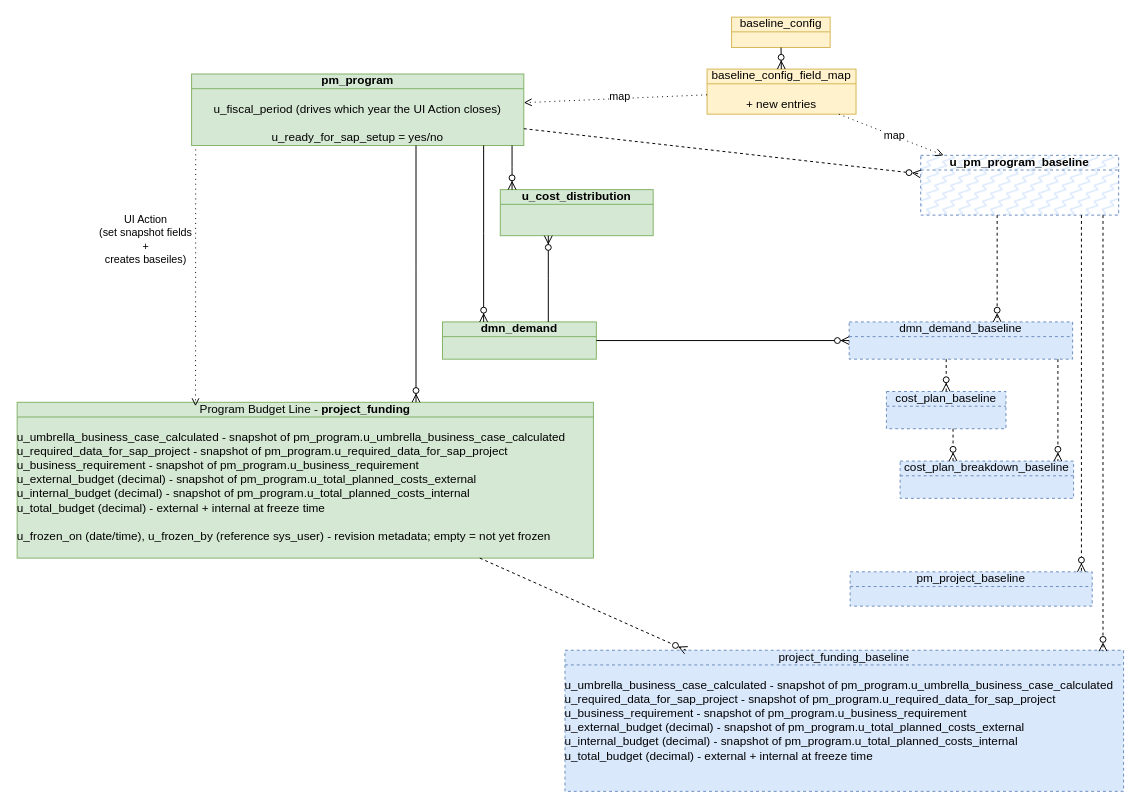
Earlier version of the draw.io diagram page "mProgram5" (10 of 12) of Wac.drawio (algimas/tmp). Source tidied: cells renumbered, new cells numbered last; positions are measured from the earlier drawing's top-left corner, leaving out a move shared by most shapes. Both pictures are drawn from the tidied source at 98%, with x=0, y=0 at pixel (17, 17).
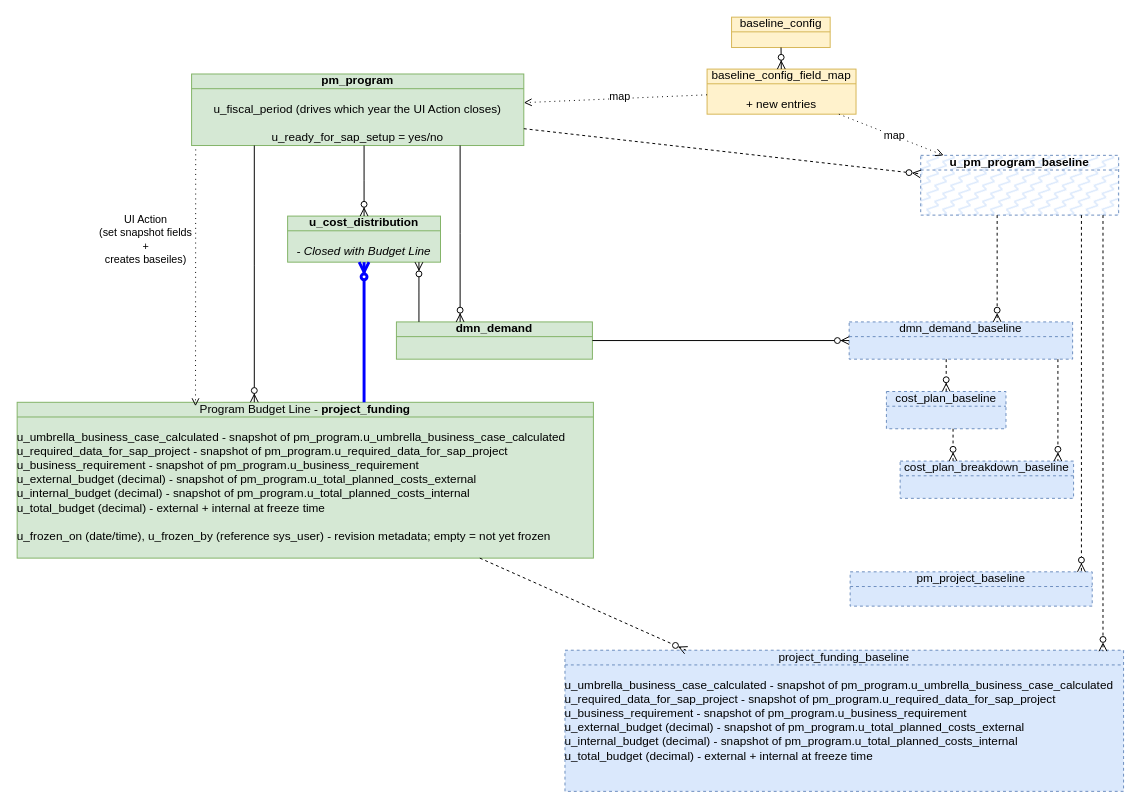
Above is the later version.

The change refers to these unchanged cells:
```xml
<mxCell id="2" value="&lt;b&gt;pm_program&lt;/b&gt;&lt;div&gt;&lt;br&gt;&lt;/div&gt;&lt;div&gt;u_fiscal_period (drives which year the UI Action closes)&lt;/div&gt;&lt;div&gt;&lt;br&gt;&lt;/div&gt;&lt;div&gt;u_ready_for_sap_setup = yes/no&lt;/div&gt;" style="html=1;outlineConnect=0;whiteSpace=wrap;fillColor=#d5e8d4;shape=mxgraph.archimate3.businessObject;overflow=fill;strokeColor=#82b366;fontStyle=0;fontSize=12;shadow=0;" parent="1" vertex="1">
  <mxGeometry x="178" y="58" width="339" height="73" as="geometry" />
</mxCell>
<mxCell id="3" value="Program Budget Line - &lt;b&gt;project_funding&lt;/b&gt;&lt;div&gt;&lt;br&gt;&lt;/div&gt;&lt;div&gt;&lt;div style=&quot;text-align: left;&quot;&gt;u_umbrella_business_case_calculated - snapshot of pm_program.u_umbrella_business_case_calculated&lt;/div&gt;&lt;div style=&quot;text-align: left;&quot;&gt;u_required_data_for_sap_project - snapshot of pm_program.u_required_data_for_sap_project&lt;/div&gt;&lt;div style=&quot;text-align: left;&quot;&gt;u_business_requirement - snapshot of pm_program.u_business_requirement&lt;/div&gt;&lt;div style=&quot;text-align: left;&quot;&gt;u_external_budget (decimal) - snapshot of pm_program.u_total_planned_costs_external&lt;/div&gt;&lt;div style=&quot;text-align: left;&quot;&gt;u_internal_budget (decimal) - snapshot of pm_program.u_total_planned_costs_internal&lt;/div&gt;&lt;div style=&quot;text-align: left;&quot;&gt;u_total_budget (decimal) - external + internal at freeze time&lt;/div&gt;&lt;div style=&quot;text-align: left;&quot;&gt;&lt;br&gt;&lt;/div&gt;&lt;div style=&quot;text-align: left;&quot;&gt;u_frozen_on (date/time), u_frozen_by (reference sys_user) - revision metadata; empty = not yet frozen&lt;/div&gt;&lt;/div&gt;" style="html=1;outlineConnect=0;whiteSpace=wrap;fillColor=#d5e8d4;shape=mxgraph.archimate3.businessObject;overflow=fill;strokeColor=#82b366;fontStyle=0;fontSize=12;shadow=0;" parent="1" vertex="1">
  <mxGeometry y="393" width="588" height="159" as="geometry" />
</mxCell>
```

Change to the diagram source:
```diff
@@
     <mxCell id="4" style="fontSize=12;html=1;endArrow=ERzeroToMany;endFill=1;rounded=0;fontStyle=0;edgeStyle=elbowEdgeStyle;" parent="1" edge="1" source="2" target="3">
       <mxGeometry relative="1" as="geometry">
         <Array as="points">
-          <mxPoint x="407" y="255" />
+          <mxPoint x="242" y="253" />
         </Array>
       </mxGeometry>
     </mxCell>
@@
-    <mxCell id="25" value="&lt;b&gt;u_cost_distribution&lt;/b&gt;" style="html=1;outlineConnect=0;whiteSpace=wrap;fillColor=#d5e8d4;shape=mxgraph.archimate3.businessObject;overflow=fill;strokeColor=#82b366;fontStyle=0;fontSize=12;shadow=0;" parent="1" vertex="1">
-      <mxGeometry x="493" y="176" width="156" height="47" as="geometry" />
+    <mxCell id="25" value="&lt;b&gt;u_cost_distribution&lt;/b&gt;&lt;div&gt;&lt;b&gt;&lt;br&gt;&lt;/b&gt;&lt;/div&gt;&lt;div&gt;&lt;i&gt;- Closed with Budget Line&lt;/i&gt;&lt;b&gt;&lt;/b&gt;&lt;/div&gt;" style="html=1;outlineConnect=0;whiteSpace=wrap;fillColor=#d5e8d4;shape=mxgraph.archimate3.businessObject;overflow=fill;strokeColor=#82b366;fontStyle=0;fontSize=12;shadow=0;" parent="1" vertex="1">
+      <mxGeometry x="276" y="203" width="156" height="47" as="geometry" />
     </mxCell>
@@
     <mxCell id="30" value="&lt;b&gt;dmn_demand&lt;/b&gt;" style="html=1;outlineConnect=0;whiteSpace=wrap;fillColor=#d5e8d4;shape=mxgraph.archimate3.businessObject;overflow=fill;strokeColor=#82b366;fontStyle=0;fontSize=12;shadow=0;" parent="1" vertex="1">
-      <mxGeometry x="434" y="311" width="157" height="38" as="geometry" />
+      <mxGeometry x="387" y="311" width="200" height="38" as="geometry" />
     </mxCell>
@@
+    <mxCell id="34" style="fontSize=12;html=1;endArrow=ERzeroToMany;endFill=1;rounded=0;fontStyle=0;edgeStyle=elbowEdgeStyle;strokeColor=light-dark(#0000FF,#EDEDED);strokeWidth=3;" parent="1" edge="1" source="3" target="25">
+      <mxGeometry relative="1" as="geometry" />
+    </mxCell>
```
